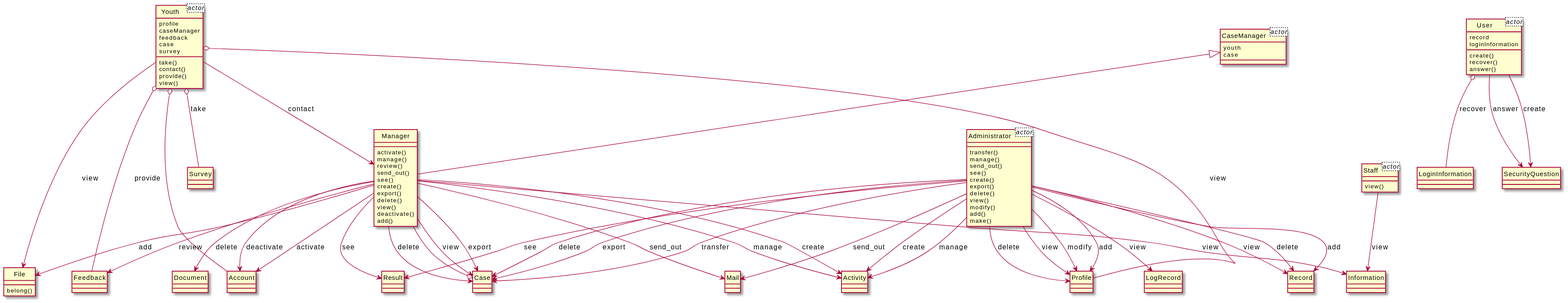
The PlantUML diagram output/diagram_5/2016-USC-Project10.svg in xixixhalu/DomainModelExtractor, before a commit.
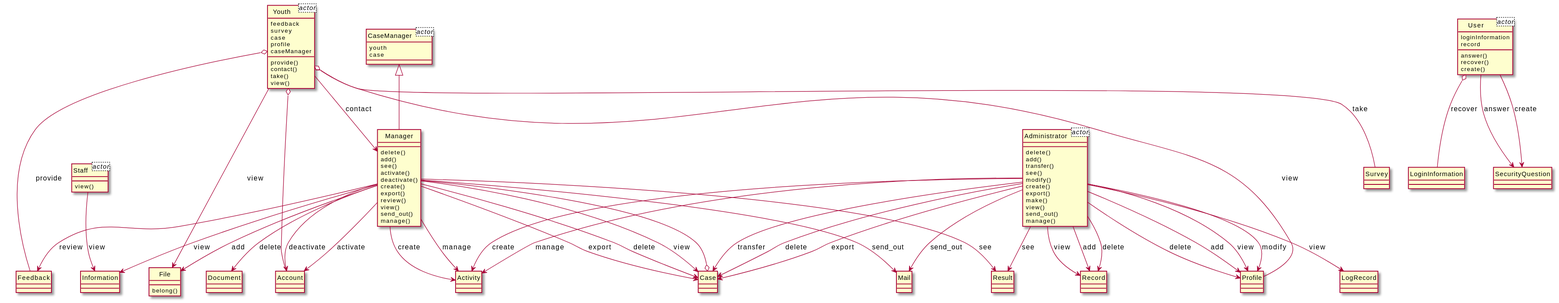
The same file after the commit.

Change to the diagram source:
```diff
@@ -1,11 +1,11 @@
 @startuml
 hide circle
 class Youth<actor> {
+	feedback
+	survey
+	case
 	profile
 	caseManager
-	feedback
-	case
-	survey
 }
 class CaseManager<actor> {
 	youth
@@ -14,122 +14,122 @@
 class Administrator<actor> {
 }
 class User<actor> {
+	loginInformation
 	record
-	loginInformation
 }
 class Staff<actor> {
 }
 class Account {
 }
 class Manager {
+	delete()
+	add()
+	see()
 	activate()
-	manage()
-	review()
-	send_out()
-	see()
+	deactivate()
 	create()
 	export()
-	delete()
+	review()
 	view()
-	deactivate()
-	add()
-}
-class Activity {
-}
-class Administrator {
-	transfer()
+	send_out()
 	manage()
-	send_out()
-	see()
-	create()
-	export()
-	delete()
-	view()
-	modify()
-	add()
-	make()
-}
-class Youth {
-	take()
-	contact()
-	provide()
-	view()
-}
-class Profile {
-}
-class Case {
-}
-class File {
-	belong()
-}
-class LogRecord {
-}
-class Feedback {
-}
-class Record {
 }
 class Document {
-}
-class Survey {
-}
-class Result {
 }
 class Information {
 }
 class User {
+	answer()
+	recover()
 	create()
-	recover()
-	answer()
 }
 class LoginInformation {
+}
+class Result {
+}
+class Staff {
+	view()
+}
+class Administrator {
+	delete()
+	add()
+	transfer()
+	see()
+	modify()
+	create()
+	export()
+	make()
+	view()
+	send_out()
+	manage()
+}
+class Case {
 }
 class SecurityQuestion {
 }
 class Mail {
 }
-class Staff {
+class Record {
+}
+class File {
+	belong()
+}
+class Profile {
+}
+class Activity {
+}
+class Youth {
+	provide()
+	contact()
+	take()
 	view()
+}
+class Feedback {
+}
+class Survey {
+}
+class LogRecord {
 }
 class CaseManager {
 }
-Manager --> Activity : manage
+Administrator --> Record : view
+Manager --> Result : see
+Administrator --> Case : export
+Manager --> Document : delete
+Administrator --> Case : transfer
+Staff --> Information : view
+Administrator --> Profile : add
+Manager --> Information : view
+Youth --> File : view
+Administrator --> Result : see
+Administrator --> Profile : view
+CaseManager <|-- Manager
+Youth o-- Feedback : provide
+Administrator --> Case : delete
+Youth --> Manager : contact
+Manager --> Case : export
+Youth o-- Account
+Case o-- Manager
+User --> SecurityQuestion : answer
+Youth o-- Survey : take
+Manager --> Account : deactivate
 Manager --> Mail : send_out
+Manager --> Case : delete
+User --> SecurityQuestion : create
+Administrator --> Record : add
+Administrator --> LogRecord : view
+Manager --> Account : activate
+Administrator --> Profile : modify
+Manager --> Case : view
+Youth o-- Profile : view
+Manager --> File : add
+Manager --> Feedback : review
 Manager --> Activity : create
-Manager --> Case : view
-Administrator --> Mail : send_out
-Manager --> Case : export
-Youth --> Manager : contact
-Administrator --> Case : export
-Manager --> File : add
-Staff --> Information : view
-Administrator --> Activity : create
-Manager --> Account : activate
-Youth o-- Account
-CaseManager <|-- Manager
-Administrator --> LogRecord : view
-Administrator --> Record : add
-Administrator --> Case : transfer
-Case o-- Manager
-User o-- LoginInformation : recover
-Youth o-- Feedback : provide
-Manager --> Account : deactivate
-Youth --> File : view
-Administrator --> Record : view
-User --> SecurityQuestion : answer
-Manager --> Document : delete
 Administrator --> Record : delete
 Administrator --> Profile : delete
-Manager --> Feedback : review
-Manager --> Case : delete
-Administrator --> Profile : view
-Administrator --> Case : delete
-Youth o-- Survey : take
-Administrator --> Profile : modify
-Administrator --> Profile : add
-Manager --> Result : see
-Administrator --> Result : see
-User --> SecurityQuestion : create
+Administrator --> Mail : send_out
 Administrator --> Activity : manage
-Youth o-- Profile : view
-Manager --> Information : view
+Administrator --> Activity : create
+User o-- LoginInformation : recover
+Manager --> Activity : manage
 @enduml
```
